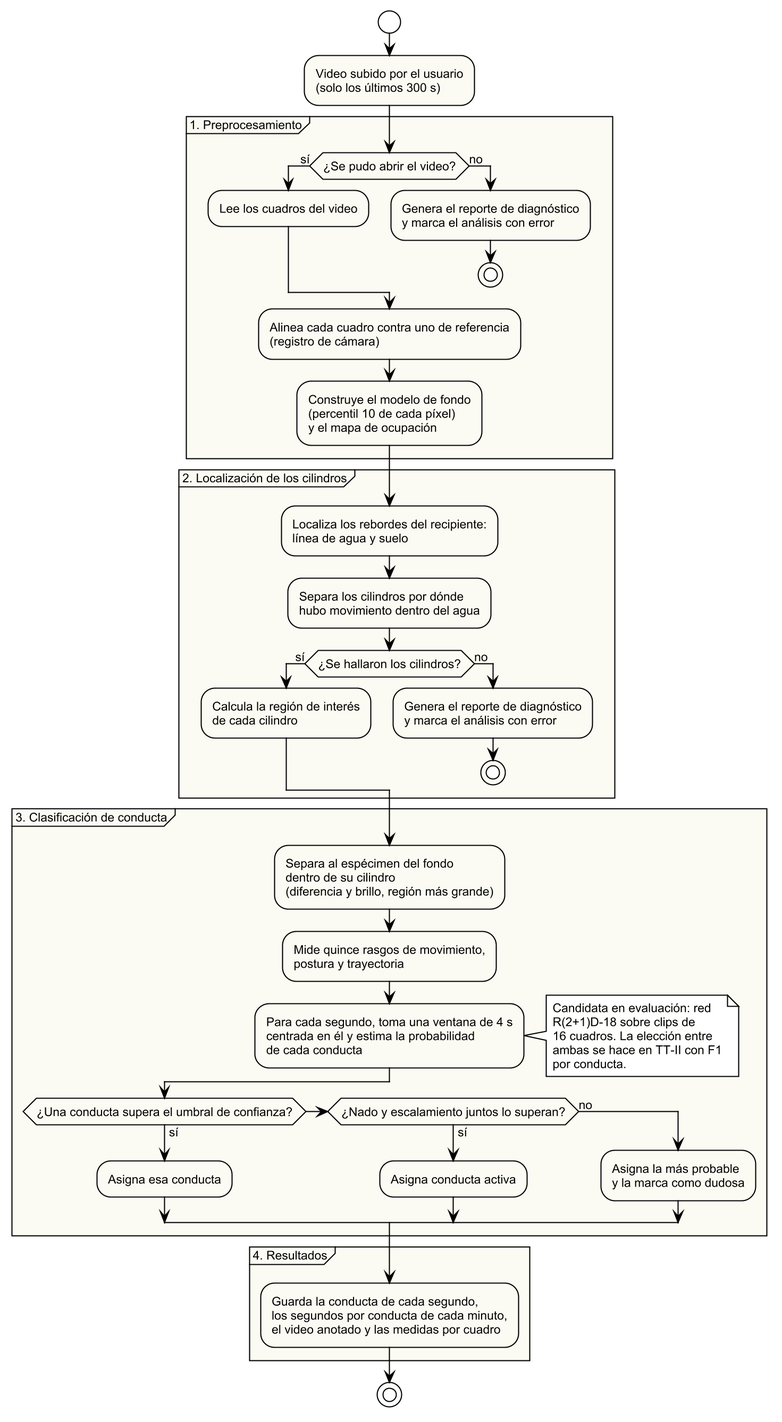
Above: figures/mermaid/pipeline.png in ErickJester/fst-ai-system-latex (PlantUML), before the change.
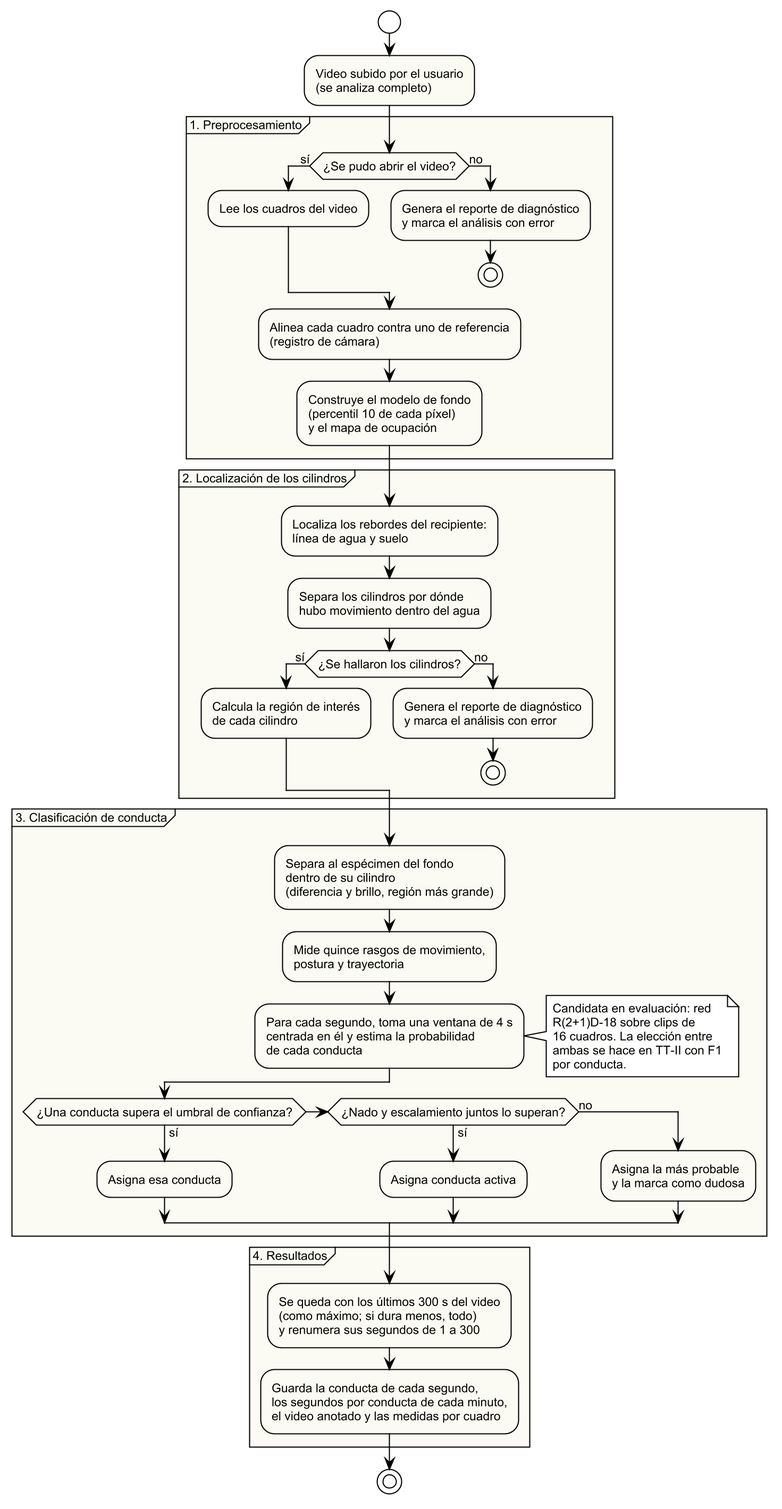
After the commit.

The edit, as a diff of the source:
```diff
@@ -9,7 +9,7 @@
 skinparam PartitionBackgroundColor #FBFBF4
 
 start
-:Video subido por el usuario\n(solo los últimos 300 s);
+:Video subido por el usuario\n(se analiza completo);
 
 partition "1. Preprocesamiento" {
   if (¿Se pudo abrir el video?) then (sí)
@@ -54,6 +54,7 @@
 }
 
 partition "4. Resultados" {
+  :Se queda con los últimos 300 s del video\n(como máximo; si dura menos, todo)\ny renumera sus segundos de 1 a 300;
   :Guarda la conducta de cada segundo,\nlos segundos por conducta de cada minuto,\nel video anotado y las medidas por cuadro;
 }
 stop
```
